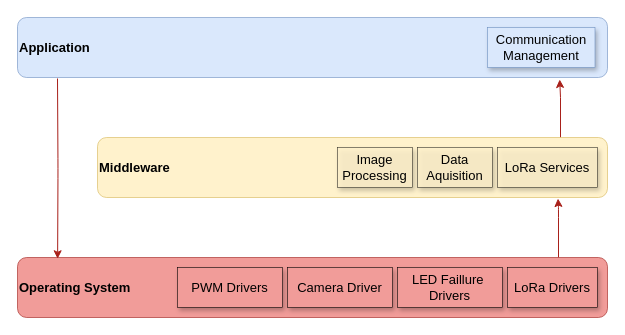
The draw.io diagram page "local_sw_arch" (6 of 8) of project/report/flowcharts/system_overview.drawio in ESRGgroup9/slipad, before the edit. Source tidied: cells renumbered, new cells numbered last; positions are measured from the earlier drawing's top-left corner, leaving out a move shared by most shapes. Both pictures are drawn from the tidied source at 100%, with x=0, y=0 at pixel (17, 17).
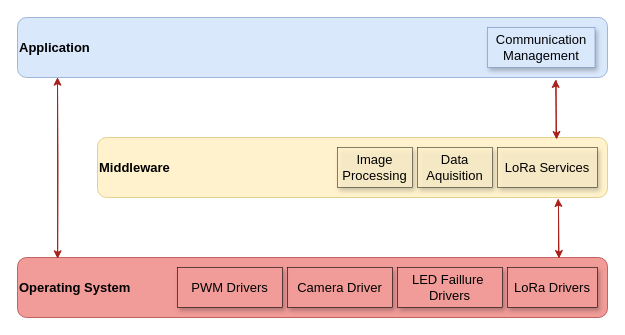
The same page after the edit.

The change refers to these unchanged cells:
```xml
<mxCell id="5" value="Middleware" style="rounded=1;whiteSpace=wrap;html=1;labelBackgroundColor=none;labelBorderColor=none;fontSize=13;strokeColor=#d6b656;strokeWidth=0.6;fillColor=#fff2cc;align=left;verticalAlign=middle;fontStyle=1;fontColor=default;" parent="1" vertex="1">
  <mxGeometry x="80" y="120" width="510" height="60" as="geometry" />
</mxCell>
<mxCell id="7" value="Application" style="rounded=1;whiteSpace=wrap;html=1;labelBackgroundColor=none;labelBorderColor=none;fontSize=13;strokeColor=#6c8ebf;strokeWidth=0.6;fillColor=#dae8fc;align=left;verticalAlign=middle;fontStyle=1;fontColor=default;glass=0;sketch=0;" parent="1" vertex="1">
  <mxGeometry width="590" height="60" as="geometry" />
</mxCell>
```

Change to the diagram source:
```diff
@@
-    <mxCell id="4" style="edgeStyle=orthogonalEdgeStyle;rounded=0;jettySize=auto;html=1;entryX=0.919;entryY=1.033;entryDx=0;entryDy=0;entryPerimeter=0;labelBorderColor=none;fontColor=default;strokeColor=#A8201A;labelBackgroundColor=default;" parent="1" edge="1" source="5" target="7">
+    <mxCell id="4" style="edgeStyle=orthogonalEdgeStyle;rounded=1;jettySize=auto;html=1;exitX=0.899;exitY=0.021;exitDx=0;exitDy=0;entryX=0.912;entryY=1.033;entryDx=0;entryDy=0;entryPerimeter=0;strokeColor=#A8201A;exitPerimeter=0;" parent="1" edge="1" source="5" target="7">
       <mxGeometry relative="1" as="geometry">
         <Array as="points">
-          <mxPoint x="543" y="80" />
-          <mxPoint x="543" y="80" />
+          <mxPoint x="539" y="90" />
+          <mxPoint x="538" y="62" />
         </Array>
       </mxGeometry>
     </mxCell>
@@
+    <mxCell id="16" style="edgeStyle=orthogonalEdgeStyle;rounded=1;orthogonalLoop=1;jettySize=auto;html=1;labelBackgroundColor=none;labelBorderColor=none;fontSize=13;fontColor=default;strokeColor=#A8201A;entryX=0.903;entryY=1.017;entryDx=0;entryDy=0;entryPerimeter=0;" parent="1" edge="1">
+      <mxGeometry relative="1" as="geometry">
+        <mxPoint x="541" y="182" as="sourcePoint" />
+        <mxPoint x="541.5" y="241" as="targetPoint" />
+        <Array as="points">
+          <mxPoint x="541.5" y="191" />
+          <mxPoint x="541.5" y="191" />
+        </Array>
+      </mxGeometry>
+    </mxCell>
+    <mxCell id="17" style="edgeStyle=orthogonalEdgeStyle;rounded=1;orthogonalLoop=1;jettySize=auto;html=1;exitX=0.899;exitY=0.021;exitDx=0;exitDy=0;entryX=0.912;entryY=1.033;entryDx=0;entryDy=0;entryPerimeter=0;strokeColor=#A8201A;exitPerimeter=0;" parent="1" edge="1">
+      <mxGeometry relative="1" as="geometry">
+        <mxPoint x="538.7" y="62.7" as="sourcePoint" />
+        <mxPoint x="539.1" y="122" as="targetPoint" />
+        <Array as="points">
+          <mxPoint x="538.6" y="90.7" />
+          <mxPoint x="539.6" y="90.7" />
+        </Array>
+      </mxGeometry>
+    </mxCell>
+    <mxCell id="18" style="edgeStyle=orthogonalEdgeStyle;rounded=1;orthogonalLoop=1;jettySize=auto;html=1;labelBackgroundColor=none;labelBorderColor=none;fontSize=13;fontColor=default;strokeColor=#A8201A;entryX=0.068;entryY=0.021;entryDx=0;entryDy=0;entryPerimeter=0;" parent="1" edge="1">
+      <mxGeometry relative="1" as="geometry">
+        <mxPoint x="40.1" y="240" as="sourcePoint" />
+        <mxPoint x="40" y="59.7" as="targetPoint" />
+        <Array as="points">
+          <mxPoint x="40" y="198.7" />
+          <mxPoint x="40" y="198.7" />
+        </Array>
+      </mxGeometry>
+    </mxCell>
```
